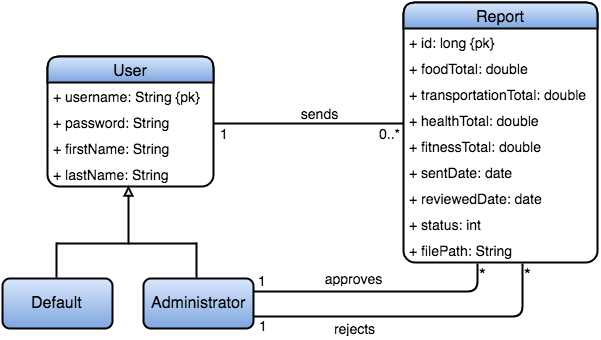
susana1710/libro-pasantia keeps this draw.io diagram as imagenes/class_diagram_server.png. Above is the earlier version. Source tidied: cells renumbered, new cells last; positions are measured from the earlier drawing's top-left corner, leaving out a move shared by most shapes.
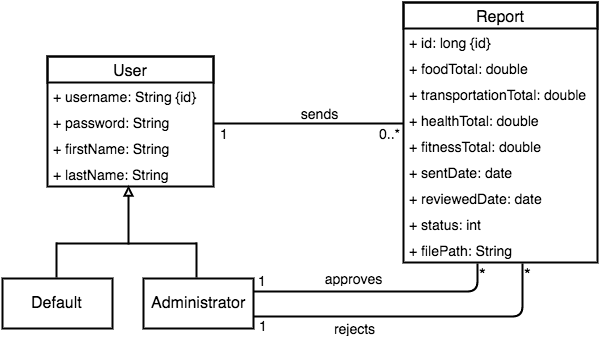
After the change.

What changed in the source:
```diff
@@ -2,140 +2,140 @@
   <root>
     <mxCell id="0" />
     <mxCell id="1" parent="0" />
-    <mxCell id="2" value="User" style="swimlane;html=1;fontStyle=0;horizontal=1;startSize=26;swimlaneFillColor=#ffffff;fontSize=16;rounded=1;shadow=0;comic=0;glass=0;strokeWidth=2;plain-blue;strokeColor=#000000;" parent="1" vertex="1">
-      <mxGeometry x="45" y="54" width="166" height="130" as="geometry" />
+    <mxCell id="2" value="User" style="swimlane;html=1;fontStyle=0;horizontal=1;startSize=26;swimlaneFillColor=#ffffff;fontSize=16;rounded=0;shadow=0;comic=0;glass=0;strokeWidth=2;plain-blue;strokeColor=#000000;fillColor=none;" parent="1" vertex="1">
+      <mxGeometry x="30" y="54" width="166" height="130" as="geometry" />
     </mxCell>
-    <mxCell id="3" value="&lt;span&gt;&lt;font style=&quot;font-size: 14px&quot;&gt;+ username: String {pk}&lt;/font&gt;&lt;/span&gt;" style="text;html=1;strokeColor=none;fillColor=none;align=left;verticalAlign=top;spacingLeft=4;spacingRight=4;whiteSpace=wrap;overflow=hidden;" parent="2" vertex="1">
-      <mxGeometry y="26" width="166" height="26" as="geometry" />
-    </mxCell>
+    <mxCell id="33" value="&lt;span&gt;&lt;font style=&quot;font-size: 14px&quot;&gt;+ username: String {id}&lt;/font&gt;&lt;/span&gt;" style="text;html=1;strokeColor=none;fillColor=none;align=left;verticalAlign=top;spacingLeft=4;spacingRight=4;whiteSpace=wrap;overflow=hidden;" parent="2" vertex="1">
+      <mxGeometry y="26" width="166" height="26" as="geometry" />
+    </mxCell>
+    <mxCell id="35" value="&lt;font style=&quot;font-size: 14px&quot;&gt;+ password: String&lt;/font&gt;" style="text;html=1;strokeColor=none;fillColor=none;align=left;verticalAlign=top;spacingLeft=4;spacingRight=4;whiteSpace=wrap;overflow=hidden;" parent="2" vertex="1">
+      <mxGeometry y="52" width="166" height="26" as="geometry" />
+    </mxCell>
-    <mxCell id="4" value="&lt;font style=&quot;font-size: 14px&quot;&gt;+ password: String&lt;/font&gt;" style="text;html=1;strokeColor=none;fillColor=none;align=left;verticalAlign=top;spacingLeft=4;spacingRight=4;whiteSpace=wrap;overflow=hidden;" parent="2" vertex="1">
-      <mxGeometry y="52" width="166" height="26" as="geometry" />
+    <mxCell id="4" value="&lt;font style=&quot;font-size: 14px&quot;&gt;+ firstName: String&lt;/font&gt;" style="text;html=1;strokeColor=none;fillColor=none;align=left;verticalAlign=top;spacingLeft=4;spacingRight=4;whiteSpace=wrap;overflow=hidden;" parent="2" vertex="1">
+      <mxGeometry y="78" width="166" height="26" as="geometry" />
     </mxCell>
-    <mxCell id="5" value="&lt;font style=&quot;font-size: 14px&quot;&gt;+ firstName: String&lt;/font&gt;" style="text;html=1;strokeColor=none;fillColor=none;align=left;verticalAlign=top;spacingLeft=4;spacingRight=4;whiteSpace=wrap;overflow=hidden;points=[[0,0.5],[1,0.5]];portConstraint=eastwest;" parent="2" vertex="1">
-      <mxGeometry y="78" width="166" height="26" as="geometry" />
+    <mxCell id="5" value="&lt;font style=&quot;font-size: 14px&quot;&gt;+ lastName: String&lt;/font&gt;" style="text;html=1;strokeColor=none;fillColor=none;align=left;verticalAlign=top;spacingLeft=4;spacingRight=4;whiteSpace=wrap;overflow=hidden;points=[[0,0.5],[1,0.5]];portConstraint=eastwest;" parent="2" vertex="1">
+      <mxGeometry y="104" width="166" height="26" as="geometry" />
     </mxCell>
-    <mxCell id="6" value="&lt;font style=&quot;font-size: 14px&quot;&gt;+ lastName: String&lt;/font&gt;" style="text;html=1;strokeColor=none;fillColor=none;align=left;verticalAlign=top;spacingLeft=4;spacingRight=4;whiteSpace=wrap;overflow=hidden;points=[[0,0.5],[1,0.5]];portConstraint=eastwest;" parent="2" vertex="1">
-      <mxGeometry y="104" width="166" height="26" as="geometry" />
+    <mxCell id="6" value="Report" style="swimlane;html=1;fontStyle=0;horizontal=1;startSize=26;swimlaneFillColor=#ffffff;fontSize=16;rounded=0;shadow=0;strokeWidth=2;plain-blue;strokeColor=#000000;fillColor=none;" parent="1" vertex="1">
+      <mxGeometry x="386" width="194" height="260" as="geometry" />
     </mxCell>
+    <mxCell id="34" value="&lt;font style=&quot;font-size: 14px&quot;&gt;+ id: long {id}&lt;/font&gt;&lt;br&gt;" style="text;html=1;strokeColor=none;fillColor=none;align=left;verticalAlign=top;spacingLeft=4;spacingRight=4;whiteSpace=wrap;overflow=hidden;" parent="6" vertex="1">
+      <mxGeometry y="26" width="194" height="26" as="geometry" />
+    </mxCell>
-    <mxCell id="7" value="Report" style="swimlane;html=1;fontStyle=0;horizontal=1;startSize=26;swimlaneFillColor=#ffffff;fontSize=16;rounded=1;shadow=0;strokeWidth=2;plain-blue;strokeColor=#000000;" parent="1" vertex="1">
-      <mxGeometry x="401" width="194" height="260" as="geometry" />
+    <mxCell id="7" value="&lt;font style=&quot;font-size: 14px&quot;&gt;+ foodTotal: double&lt;/font&gt;" style="text;html=1;strokeColor=none;fillColor=none;align=left;verticalAlign=top;spacingLeft=4;spacingRight=4;whiteSpace=wrap;overflow=hidden;" parent="6" vertex="1">
+      <mxGeometry y="52" width="194" height="26" as="geometry" />
     </mxCell>
-    <mxCell id="8" value="&lt;font style=&quot;font-size: 14px&quot;&gt;+ id: long {pk}&lt;/font&gt;&lt;br&gt;" style="text;html=1;strokeColor=none;fillColor=none;align=left;verticalAlign=top;spacingLeft=4;spacingRight=4;whiteSpace=wrap;overflow=hidden;" parent="7" vertex="1">
-      <mxGeometry y="26" width="194" height="26" as="geometry" />
+    <mxCell id="8" value="&lt;font style=&quot;font-size: 14px&quot;&gt;+ transportationTotal: double&lt;/font&gt;" style="text;html=1;strokeColor=none;fillColor=none;align=left;verticalAlign=top;spacingLeft=4;spacingRight=4;whiteSpace=wrap;overflow=hidden;" parent="6" vertex="1">
+      <mxGeometry y="78" width="194" height="26" as="geometry" />
     </mxCell>
-    <mxCell id="9" value="&lt;font style=&quot;font-size: 14px&quot;&gt;+ foodTotal: double&lt;/font&gt;" style="text;html=1;strokeColor=none;fillColor=none;align=left;verticalAlign=top;spacingLeft=4;spacingRight=4;whiteSpace=wrap;overflow=hidden;" parent="7" vertex="1">
-      <mxGeometry y="52" width="194" height="26" as="geometry" />
+    <mxCell id="9" value="&lt;font style=&quot;font-size: 14px&quot;&gt;+ healthTotal: double&lt;/font&gt;" style="text;html=1;strokeColor=none;fillColor=none;align=left;verticalAlign=top;spacingLeft=4;spacingRight=4;whiteSpace=wrap;overflow=hidden;" parent="6" vertex="1">
+      <mxGeometry y="104" width="194" height="26" as="geometry" />
     </mxCell>
-    <mxCell id="10" value="&lt;font style=&quot;font-size: 14px&quot;&gt;+ transportationTotal: double&lt;/font&gt;" style="text;html=1;strokeColor=none;fillColor=none;align=left;verticalAlign=top;spacingLeft=4;spacingRight=4;whiteSpace=wrap;overflow=hidden;" parent="7" vertex="1">
-      <mxGeometry y="78" width="194" height="26" as="geometry" />
-    </mxCell>
+    <mxCell id="36" value="&lt;font style=&quot;font-size: 14px&quot;&gt;+ fitnessTotal: double&lt;/font&gt;" style="text;html=1;strokeColor=none;fillColor=none;align=left;verticalAlign=top;spacingLeft=4;spacingRight=4;whiteSpace=wrap;overflow=hidden;" parent="6" vertex="1">
+      <mxGeometry y="130" width="194" height="26" as="geometry" />
+    </mxCell>
-    <mxCell id="11" value="&lt;font style=&quot;font-size: 14px&quot;&gt;+ healthTotal: double&lt;/font&gt;" style="text;html=1;strokeColor=none;fillColor=none;align=left;verticalAlign=top;spacingLeft=4;spacingRight=4;whiteSpace=wrap;overflow=hidden;" parent="7" vertex="1">
-      <mxGeometry y="104" width="194" height="26" as="geometry" />
+    <mxCell id="11" value="&lt;font style=&quot;font-size: 14px&quot;&gt;+ sentDate: date&lt;/font&gt;" style="text;html=1;strokeColor=none;fillColor=none;align=left;verticalAlign=top;spacingLeft=4;spacingRight=4;whiteSpace=wrap;overflow=hidden;" parent="6" vertex="1">
+      <mxGeometry y="156" width="194" height="26" as="geometry" />
     </mxCell>
-    <mxCell id="12" value="&lt;font style=&quot;font-size: 14px&quot;&gt;+ fitnessTotal: double&lt;/font&gt;" style="text;html=1;strokeColor=none;fillColor=none;align=left;verticalAlign=top;spacingLeft=4;spacingRight=4;whiteSpace=wrap;overflow=hidden;" parent="7" vertex="1">
-      <mxGeometry y="130" width="194" height="26" as="geometry" />
+    <mxCell id="12" value="&lt;font style=&quot;font-size: 14px&quot;&gt;+ reviewedDate: date&lt;/font&gt;" style="text;html=1;strokeColor=none;fillColor=none;align=left;verticalAlign=top;spacingLeft=4;spacingRight=4;whiteSpace=wrap;overflow=hidden;rounded=1;shadow=1;" parent="6" vertex="1">
+      <mxGeometry y="182" width="194" height="26" as="geometry" />
     </mxCell>
-    <mxCell id="13" value="&lt;font style=&quot;font-size: 14px&quot;&gt;+ sentDate: date&lt;/font&gt;" style="text;html=1;strokeColor=none;fillColor=none;align=left;verticalAlign=top;spacingLeft=4;spacingRight=4;whiteSpace=wrap;overflow=hidden;" parent="7" vertex="1">
-      <mxGeometry y="156" width="194" height="26" as="geometry" />
+    <mxCell id="13" value="&lt;font style=&quot;font-size: 14px&quot;&gt;+ status: int&lt;/font&gt;" style="text;html=1;strokeColor=none;fillColor=none;align=left;verticalAlign=top;spacingLeft=4;spacingRight=4;whiteSpace=wrap;overflow=hidden;" parent="6" vertex="1">
+      <mxGeometry y="208" width="194" height="26" as="geometry" />
     </mxCell>
-    <mxCell id="14" value="&lt;font style=&quot;font-size: 14px&quot;&gt;+ reviewedDate: date&lt;/font&gt;" style="text;html=1;strokeColor=none;fillColor=none;align=left;verticalAlign=top;spacingLeft=4;spacingRight=4;whiteSpace=wrap;overflow=hidden;rounded=1;shadow=1;" parent="7" vertex="1">
-      <mxGeometry y="182" width="194" height="26" as="geometry" />
+    <mxCell id="14" value="&lt;font style=&quot;font-size: 14px&quot;&gt;+ filePath: String&lt;/font&gt;" style="text;html=1;strokeColor=none;fillColor=none;align=left;verticalAlign=top;spacingLeft=4;spacingRight=4;whiteSpace=wrap;overflow=hidden;" parent="6" vertex="1">
+      <mxGeometry y="234" width="194" height="26" as="geometry" />
     </mxCell>
-    <mxCell id="15" value="&lt;font style=&quot;font-size: 14px&quot;&gt;+ status: int&lt;/font&gt;" style="text;html=1;strokeColor=none;fillColor=none;align=left;verticalAlign=top;spacingLeft=4;spacingRight=4;whiteSpace=wrap;overflow=hidden;" parent="7" vertex="1">
-      <mxGeometry y="208" width="194" height="26" as="geometry" />
+    <mxCell id="15" style="endArrow=none;html=1;edgeStyle=orthogonalEdgeStyle;fontSize=16;startArrow=none;startFill=0;startSize=11;strokeWidth=2;" parent="1" edge="1">
+      <mxGeometry relative="1" as="geometry">
+        <mxPoint x="196" y="121" as="sourcePoint" />
+        <mxPoint x="386" y="121" as="targetPoint" />
+      </mxGeometry>
     </mxCell>
-    <mxCell id="16" value="&lt;font style=&quot;font-size: 14px&quot;&gt;+ filePath: String&lt;/font&gt;" style="text;html=1;strokeColor=none;fillColor=none;align=left;verticalAlign=top;spacingLeft=4;spacingRight=4;whiteSpace=wrap;overflow=hidden;" parent="7" vertex="1">
-      <mxGeometry y="234" width="194" height="26" as="geometry" />
-    </mxCell>
-    <mxCell id="17" style="endArrow=none;html=1;edgeStyle=orthogonalEdgeStyle;fontSize=16;startArrow=none;startFill=0;startSize=11;strokeWidth=2;" parent="1" edge="1">
-      <mxGeometry relative="1" as="geometry">
-        <mxPoint x="211" y="121" as="sourcePoint" />
-        <mxPoint x="401" y="121" as="targetPoint" />
+    <mxCell id="17" value="&lt;font style=&quot;font-size: 14px&quot;&gt;0..*&lt;/font&gt;" style="html=1;align=right;verticalAlign=bottom;labelBackgroundColor=#ffffff;fontSize=16;" parent="15" vertex="1">
+      <mxGeometry x="1" relative="1" as="geometry">
+        <mxPoint x="-1" y="22" as="offset" />
       </mxGeometry>
     </mxCell>
-    <mxCell id="18" value="&lt;font style=&quot;font-size: 14px&quot;&gt;0..*&lt;/font&gt;" style="html=1;align=right;verticalAlign=bottom;labelBackgroundColor=#ffffff;fontSize=16;" parent="17" vertex="1">
-      <mxGeometry x="1" relative="1" as="geometry">
-        <mxPoint x="-1" y="22" as="offset" />
-      </mxGeometry>
+    <mxCell id="18" value="&lt;font style=&quot;font-size: 14px&quot;&gt;sends&lt;/font&gt;" style="text;html=1;strokeColor=none;fillColor=none;align=center;verticalAlign=middle;whiteSpace=wrap;overflow=hidden;fontSize=16;strokeWidth=1;" parent="1" vertex="1">
+      <mxGeometry x="276" y="101" width="50" height="20" as="geometry" />
     </mxCell>
-    <mxCell id="19" value="&lt;font style=&quot;font-size: 14px&quot;&gt;sends&lt;/font&gt;" style="text;html=1;strokeColor=none;fillColor=none;align=center;verticalAlign=middle;whiteSpace=wrap;overflow=hidden;fontSize=16;strokeWidth=1;" parent="1" vertex="1">
-      <mxGeometry x="291" y="101" width="50" height="20" as="geometry" />
+    <mxCell id="19" value="Default" style="html=1;fontSize=16;rounded=0;shadow=0;strokeWidth=2;plain-blue;strokeColor=#000000;fillColor=none;" parent="1" vertex="1">
+      <mxGeometry x="-15" y="276" width="110" height="50" as="geometry" />
     </mxCell>
-    <mxCell id="20" value="Default" style="html=1;fontSize=16;rounded=1;shadow=0;strokeWidth=2;plain-blue;strokeColor=#000000;" parent="1" vertex="1">
-      <mxGeometry y="276" width="110" height="50" as="geometry" />
+    <mxCell id="20" value="Administrator" style="html=1;fontSize=16;rounded=0;shadow=0;strokeWidth=2;plain-blue;strokeColor=#000000;fillColor=none;" parent="1" vertex="1">
+      <mxGeometry x="126" y="276" width="110" height="50" as="geometry" />
     </mxCell>
-    <mxCell id="21" value="Administrator" style="html=1;fontSize=16;rounded=1;shadow=0;strokeWidth=2;plain-blue;strokeColor=#000000;" parent="1" vertex="1">
-      <mxGeometry x="141" y="276" width="110" height="50" as="geometry" />
+    <mxCell id="21" style="endArrow=block;html=1;entryX=0.486;entryY=0.962;endFill=0;strokeWidth=2;entryPerimeter=0;" parent="1" edge="1" target="5">
+      <mxGeometry x="124" y="191" as="geometry">
+        <mxPoint x="111" y="242" as="sourcePoint" />
+      </mxGeometry>
     </mxCell>
-    <mxCell id="22" style="endArrow=block;html=1;entryX=0.486;entryY=0.962;endFill=0;strokeWidth=2;entryPerimeter=0;" parent="1" edge="1" target="6">
-      <mxGeometry x="139" y="191" as="geometry">
-        <mxPoint x="126" y="242" as="sourcePoint" />
+    <mxCell id="22" style="endArrow=none;html=1;endFill=0;strokeWidth=2;" parent="1" edge="1">
+      <mxGeometry x="39" y="241" as="geometry">
+        <mxPoint x="179" y="241" as="sourcePoint" />
+        <mxPoint x="39" y="241" as="targetPoint" />
       </mxGeometry>
     </mxCell>
     <mxCell id="23" style="endArrow=none;html=1;endFill=0;strokeWidth=2;" parent="1" edge="1">
-      <mxGeometry x="54" y="241" as="geometry">
-        <mxPoint x="194" y="241" as="sourcePoint" />
-        <mxPoint x="54" y="241" as="targetPoint" />
+      <mxGeometry x="39" y="224" as="geometry">
+        <mxPoint x="39" y="240" as="sourcePoint" />
+        <mxPoint x="39" y="275" as="targetPoint" />
       </mxGeometry>
     </mxCell>
     <mxCell id="24" style="endArrow=none;html=1;endFill=0;strokeWidth=2;" parent="1" edge="1">
-      <mxGeometry x="54" y="224" as="geometry">
-        <mxPoint x="54" y="240" as="sourcePoint" />
-        <mxPoint x="54" y="275" as="targetPoint" />
+      <mxGeometry x="72" y="224" as="geometry">
+        <mxPoint x="179" y="240" as="sourcePoint" />
+        <mxPoint x="179" y="275" as="targetPoint" />
       </mxGeometry>
     </mxCell>
-    <mxCell id="25" style="endArrow=none;html=1;endFill=0;strokeWidth=2;" parent="1" edge="1">
-      <mxGeometry x="87" y="224" as="geometry">
-        <mxPoint x="194" y="240" as="sourcePoint" />
-        <mxPoint x="194" y="275" as="targetPoint" />
+    <mxCell id="25" style="endArrow=none;html=1;edgeStyle=orthogonalEdgeStyle;fontSize=16;strokeWidth=2;entryX=1;entryY=0.25;" parent="1" edge="1" target="20">
+      <mxGeometry relative="1" as="geometry">
+        <mxPoint x="460" y="261" as="sourcePoint" />
+        <Array as="points">
+          <mxPoint x="460" y="289" />
+        </Array>
       </mxGeometry>
     </mxCell>
-    <mxCell id="26" style="endArrow=none;html=1;edgeStyle=orthogonalEdgeStyle;fontSize=16;strokeWidth=2;entryX=1;entryY=0.25;" parent="1" edge="1" target="21">
-      <mxGeometry relative="1" as="geometry">
-        <mxPoint x="475" y="261" as="sourcePoint" />
-        <Array as="points">
-          <mxPoint x="475" y="289" />
-        </Array>
+    <mxCell id="26" value="*" style="html=1;align=left;verticalAlign=bottom;labelBackgroundColor=#ffffff;fontSize=17;" parent="25" vertex="1">
+      <mxGeometry x="-1" relative="1" as="geometry">
+        <mxPoint x="-1" y="22" as="offset" />
       </mxGeometry>
     </mxCell>
-    <mxCell id="27" value="*" style="html=1;align=left;verticalAlign=bottom;labelBackgroundColor=#ffffff;fontSize=17;" parent="26" vertex="1">
-      <mxGeometry x="-1" relative="1" as="geometry">
-        <mxPoint x="-1" y="22" as="offset" />
+    <mxCell id="27" value="&lt;font style=&quot;font-size: 14px&quot;&gt;1&lt;/font&gt;" style="html=1;align=right;verticalAlign=bottom;labelBackgroundColor=#ffffff;fontSize=12;" parent="25" vertex="1">
+      <mxGeometry x="1" relative="1" as="geometry">
+        <mxPoint x="15" y="-1" as="offset" />
       </mxGeometry>
     </mxCell>
-    <mxCell id="28" value="&lt;font style=&quot;font-size: 14px&quot;&gt;1&lt;/font&gt;" style="html=1;align=right;verticalAlign=bottom;labelBackgroundColor=#ffffff;fontSize=12;" parent="26" vertex="1">
-      <mxGeometry x="1" relative="1" as="geometry">
-        <mxPoint x="15" y="-1" as="offset" />
-      </mxGeometry>
-    </mxCell>
-    <mxCell id="29" style="endArrow=none;html=1;edgeStyle=orthogonalEdgeStyle;fontSize=16;strokeWidth=2;exitX=0.684;exitY=1.154;exitPerimeter=0;entryX=1;entryY=0.75;" parent="1" edge="1" target="21">
-      <mxGeometry x="266" y="287" as="geometry">
-        <mxPoint x="520" y="261" as="sourcePoint" />
-        <Array as="points">
-          <mxPoint x="520" y="314" />
-        </Array>
-      </mxGeometry>
-    </mxCell>
+    <mxCell id="37" style="endArrow=none;html=1;edgeStyle=orthogonalEdgeStyle;fontSize=16;strokeWidth=2;exitX=0.684;exitY=1.154;exitPerimeter=0;entryX=1;entryY=0.75;" parent="1" edge="1" target="20">
+      <mxGeometry x="251" y="287" as="geometry">
+        <mxPoint x="505" y="261" as="sourcePoint" />
+        <Array as="points">
+          <mxPoint x="505" y="314" />
+        </Array>
+      </mxGeometry>
+    </mxCell>
-    <mxCell id="30" value="*" style="html=1;align=left;verticalAlign=bottom;labelBackgroundColor=#ffffff;fontSize=17;" parent="29" vertex="1">
+    <mxCell id="30" value="*" style="html=1;align=left;verticalAlign=bottom;labelBackgroundColor=#ffffff;fontSize=17;" parent="37" vertex="1">
       <mxGeometry x="-1" relative="1" as="geometry">
         <mxPoint x="-1" y="22" as="offset" />
       </mxGeometry>
     </mxCell>
-    <mxCell id="31" value="&lt;font style=&quot;font-size: 14px&quot;&gt;1&lt;/font&gt;" style="html=1;align=right;verticalAlign=bottom;labelBackgroundColor=#ffffff;fontSize=12;" parent="29" vertex="1">
-      <mxGeometry x="1" relative="1" as="geometry">
-        <mxPoint x="16" y="19" as="offset" />
-      </mxGeometry>
-    </mxCell>
+    <mxCell id="38" value="&lt;font style=&quot;font-size: 14px&quot;&gt;1&lt;/font&gt;" style="html=1;align=right;verticalAlign=bottom;labelBackgroundColor=#ffffff;fontSize=12;" parent="37" vertex="1">
+      <mxGeometry x="1" relative="1" as="geometry">
+        <mxPoint x="16" y="19" as="offset" />
+      </mxGeometry>
+    </mxCell>
     <mxCell id="32" value="&lt;font style=&quot;font-size: 14px&quot;&gt;approves&lt;/font&gt;" style="text;html=1;strokeColor=none;fillColor=none;align=center;verticalAlign=middle;whiteSpace=wrap;overflow=hidden;fontSize=16;strokeWidth=1;" parent="1" vertex="1">
-      <mxGeometry x="315" y="266" width="70" height="20" as="geometry" />
+      <mxGeometry x="300" y="266" width="70" height="20" as="geometry" />
     </mxCell>
-    <mxCell id="33" value="&lt;font style=&quot;font-size: 14px&quot;&gt;rejects&lt;/font&gt;" style="text;html=1;strokeColor=none;fillColor=none;align=center;verticalAlign=middle;whiteSpace=wrap;overflow=hidden;fontSize=16;strokeWidth=1;" parent="1" vertex="1">
-      <mxGeometry x="326" y="316" width="50" height="20" as="geometry" />
-    </mxCell>
-    <mxCell id="34" value="&lt;font style=&quot;font-size: 14px&quot;&gt;1&lt;/font&gt;" style="html=1;align=right;verticalAlign=bottom;labelBackgroundColor=#ffffff;fontSize=16;" parent="1" vertex="1">
-      <mxGeometry x="228" y="122" as="geometry">
-        <mxPoint y="21" as="offset" />
-      </mxGeometry>
-    </mxCell>
+    <mxCell id="39" value="&lt;font style=&quot;font-size: 14px&quot;&gt;rejects&lt;/font&gt;" style="text;html=1;strokeColor=none;fillColor=none;align=center;verticalAlign=middle;whiteSpace=wrap;overflow=hidden;fontSize=16;strokeWidth=1;" parent="1" vertex="1">
+      <mxGeometry x="311" y="316" width="50" height="20" as="geometry" />
+    </mxCell>
+    <mxCell id="40" value="&lt;font style=&quot;font-size: 14px&quot;&gt;1&lt;/font&gt;" style="html=1;align=right;verticalAlign=bottom;labelBackgroundColor=#ffffff;fontSize=16;" parent="1" vertex="1">
+      <mxGeometry x="213" y="122" as="geometry">
+        <mxPoint y="21" as="offset" />
+      </mxGeometry>
+    </mxCell>
   </root>
 </mxGraphModel>
```
